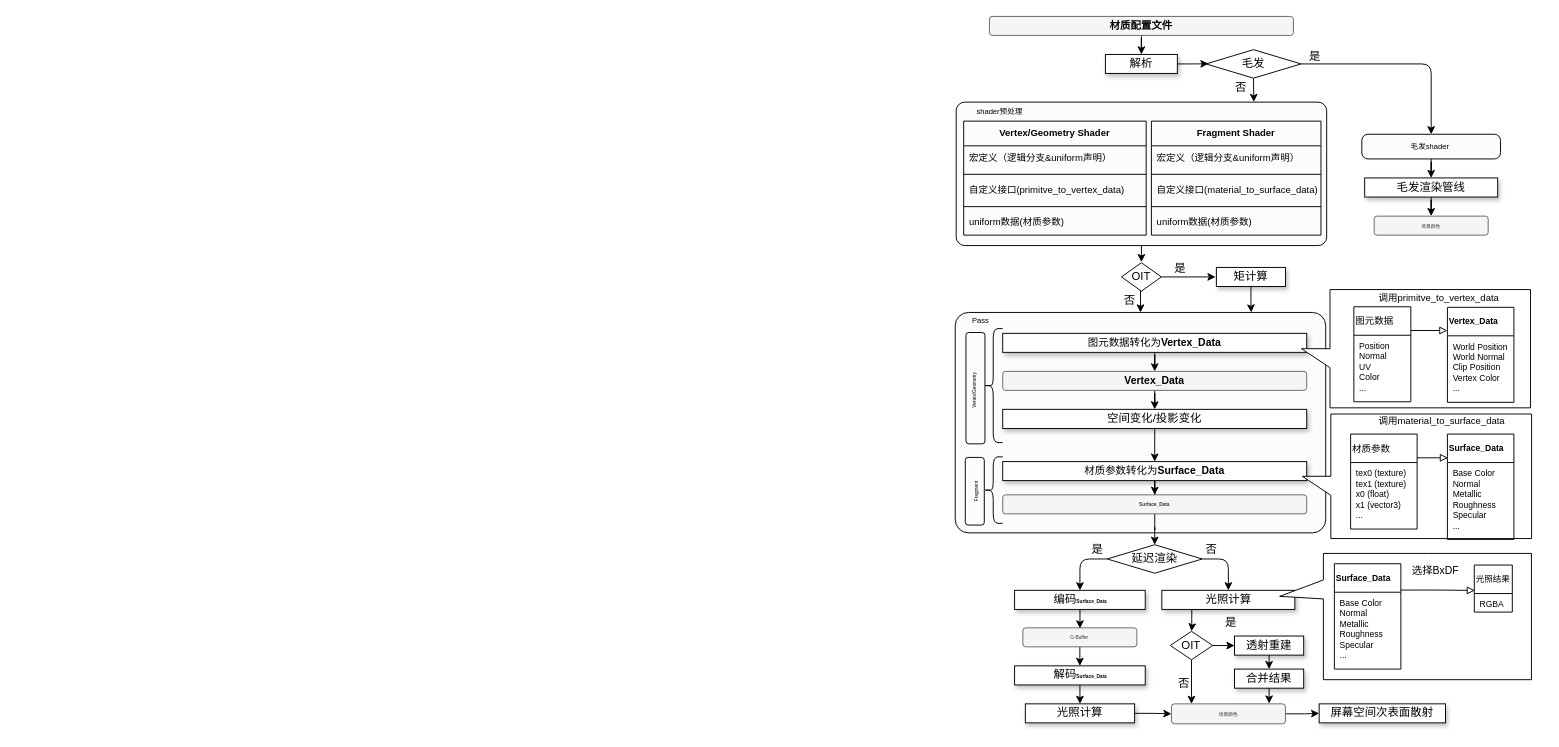
Above: 未命名绘图.drawio in inliab/hello-world (draw.io), before the change. Source tidied: cells renumbered, new cells numbered last; positions are measured from the earlier drawing's top-left corner, leaving out a move shared by most shapes. Both pictures are drawn from the tidied source at 95%, with x=0, y=0 at pixel (913, 16).
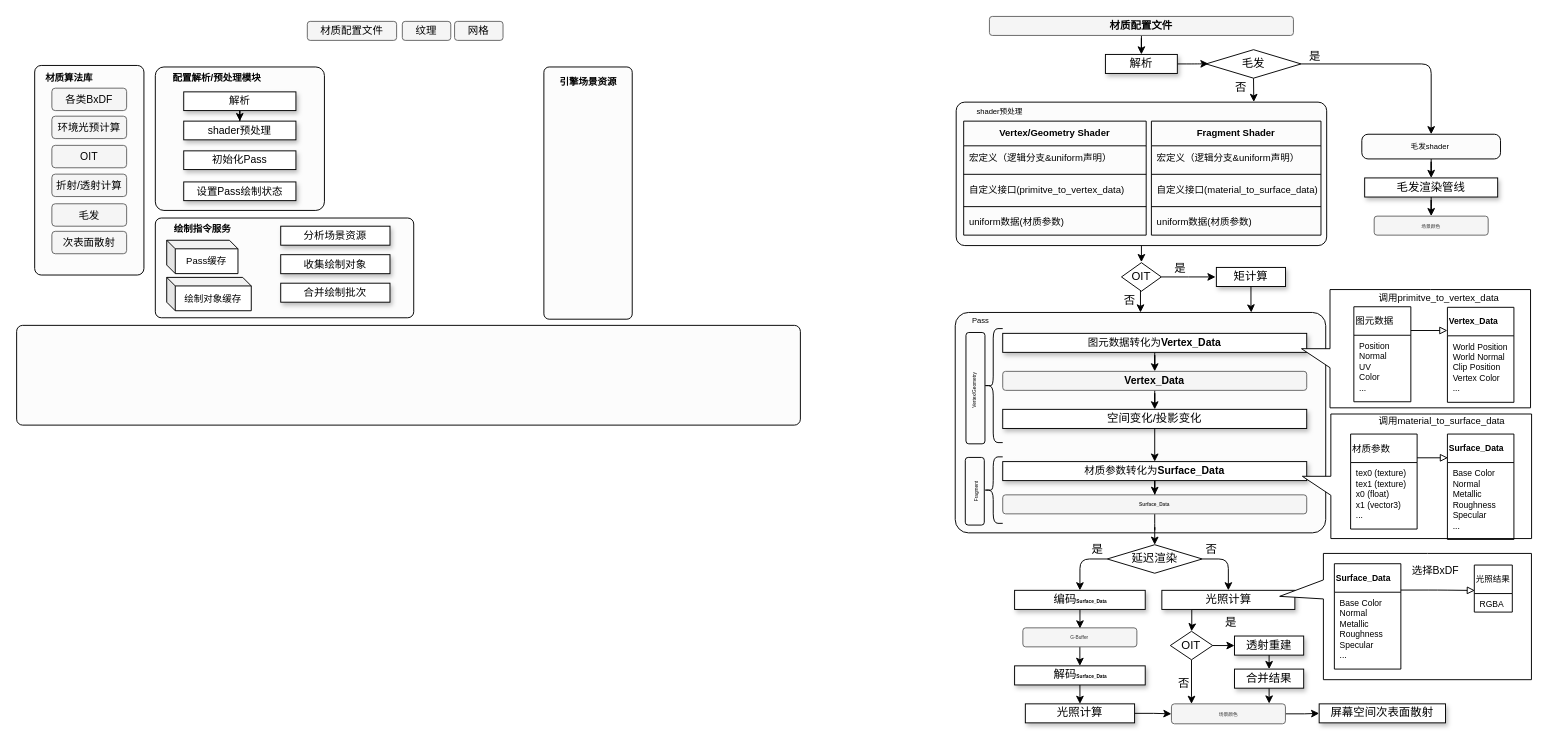
The same diagram, later.

Commit message (it also covers changes not shown here):
更新未命名绘图.drawio

Diff of the diagram source:
```diff
@@
+    <mxCell id="109" value="&lt;span style=&quot;color: rgb(0, 0, 0); font-size: 11px;&quot;&gt;材质配置文件&lt;/span&gt;" style="rounded=1;whiteSpace=wrap;html=1;shadow=0;glass=0;sketch=0;fontSize=5;fillColor=#f5f5f5;fontColor=#333333;strokeColor=#666666;" parent="1" vertex="1">
+      <mxGeometry x="-638" y="5" width="94" height="20" as="geometry" />
+    </mxCell>
+    <mxCell id="110" value="&lt;font color=&quot;#000000&quot;&gt;&lt;span style=&quot;font-size: 11px;&quot;&gt;纹理&lt;/span&gt;&lt;/font&gt;" style="rounded=1;whiteSpace=wrap;html=1;shadow=0;glass=0;sketch=0;fontSize=5;fillColor=#f5f5f5;fontColor=#333333;strokeColor=#666666;" parent="1" vertex="1">
+      <mxGeometry x="-538" y="5" width="51" height="20" as="geometry" />
+    </mxCell>
+    <mxCell id="111" value="&lt;font color=&quot;#000000&quot;&gt;&lt;span style=&quot;font-size: 11px;&quot;&gt;网格&lt;/span&gt;&lt;/font&gt;" style="rounded=1;whiteSpace=wrap;html=1;shadow=0;glass=0;sketch=0;fontSize=5;fillColor=#f5f5f5;fontColor=#333333;strokeColor=#666666;" parent="1" vertex="1">
+      <mxGeometry x="-483" y="5" width="51" height="20" as="geometry" />
+    </mxCell>
+    <mxCell id="112" style="rounded=1;whiteSpace=wrap;html=1;shadow=0;glass=0;sketch=0;fontSize=5;fillColor=#FCFCFC;arcSize=6;" parent="1" vertex="1">
+      <mxGeometry x="-798" y="53" width="178" height="151" as="geometry" />
+    </mxCell>
+    <mxCell id="113" style="edgeStyle=orthogonalEdgeStyle;rounded=0;jettySize=auto;html=1;fontSize=10;" parent="1" edge="1" source="114" target="115">
+      <mxGeometry relative="1" as="geometry" />
+    </mxCell>
+    <mxCell id="114" value="&lt;span style=&quot;font-size: 11px;&quot;&gt;解析&lt;/span&gt;" style="rounded=0;whiteSpace=wrap;html=1;fontSize=12;glass=0;strokeWidth=1;shadow=1;" parent="1" vertex="1">
+      <mxGeometry x="-768.1" y="79.2" width="118.1" height="19.7" as="geometry" />
+    </mxCell>
+    <mxCell id="115" value="&lt;span style=&quot;font-size: 11px;&quot;&gt;shader预处理&lt;/span&gt;" style="rounded=0;whiteSpace=wrap;html=1;fontSize=12;glass=0;strokeWidth=1;shadow=1;" parent="1" vertex="1">
+      <mxGeometry x="-768.1" y="110" width="118.1" height="19.7" as="geometry" />
+    </mxCell>
+    <mxCell id="116" value="&lt;span style=&quot;font-size: 11px;&quot;&gt;设置Pass绘制状态&lt;/span&gt;" style="rounded=0;whiteSpace=wrap;html=1;fontSize=12;glass=0;strokeWidth=1;shadow=1;" parent="1" vertex="1">
+      <mxGeometry x="-768.1" y="174" width="118.1" height="19.7" as="geometry" />
+    </mxCell>
+    <mxCell id="117" style="rounded=1;whiteSpace=wrap;html=1;shadow=0;glass=0;sketch=0;fontSize=5;fillColor=#FCFCFC;arcSize=6;" parent="1" vertex="1">
+      <mxGeometry x="-925" y="51.4" width="115" height="220.6" as="geometry" />
+    </mxCell>
+    <mxCell id="118" value="&lt;span style=&quot;color: rgb(0, 0, 0); font-size: 11px;&quot;&gt;各类BxDF&lt;/span&gt;" style="rounded=1;whiteSpace=wrap;html=1;shadow=0;glass=0;sketch=0;fontSize=5;fillColor=#f5f5f5;fontColor=#333333;strokeColor=#666666;" parent="1" vertex="1">
+      <mxGeometry x="-906.9" y="75.3" width="78.7" height="23.6" as="geometry" />
+    </mxCell>
+    <mxCell id="119" value="&lt;font color=&quot;#000000&quot;&gt;&lt;span style=&quot;font-size: 11px;&quot;&gt;折射/透射计算&lt;/span&gt;&lt;/font&gt;" style="rounded=1;whiteSpace=wrap;html=1;shadow=0;glass=0;sketch=0;fontSize=5;fillColor=#f5f5f5;fontColor=#333333;strokeColor=#666666;" parent="1" vertex="1">
+      <mxGeometry x="-906.9" y="165.8" width="78.7" height="23.6" as="geometry" />
+    </mxCell>
+    <mxCell id="120" value="&lt;span style=&quot;color: rgb(0, 0, 0); font-size: 11px;&quot;&gt;毛发&lt;/span&gt;" style="rounded=1;whiteSpace=wrap;html=1;shadow=0;glass=0;sketch=0;fontSize=5;fillColor=#f5f5f5;fontColor=#333333;strokeColor=#666666;" parent="1" vertex="1">
+      <mxGeometry x="-906.9" y="197" width="78.7" height="23.6" as="geometry" />
+    </mxCell>
+    <mxCell id="121" value="&lt;span style=&quot;color: rgb(0, 0, 0); font-size: 11px;&quot;&gt;OIT&lt;/span&gt;" style="rounded=1;whiteSpace=wrap;html=1;shadow=0;glass=0;sketch=0;fontSize=5;fillColor=#f5f5f5;fontColor=#333333;strokeColor=#666666;" parent="1" vertex="1">
+      <mxGeometry x="-906.9" y="135.5" width="78.7" height="23.6" as="geometry" />
+    </mxCell>
+    <mxCell id="122" value="&lt;span style=&quot;color: rgb(0, 0, 0); font-size: 11px;&quot;&gt;次表面散射&lt;/span&gt;" style="rounded=1;whiteSpace=wrap;html=1;shadow=0;glass=0;sketch=0;fontSize=5;fillColor=#f5f5f5;fontColor=#333333;strokeColor=#666666;" parent="1" vertex="1">
+      <mxGeometry x="-906.9" y="226" width="78.7" height="23.6" as="geometry" />
+    </mxCell>
+    <mxCell id="123" value="&lt;b&gt;材质算法库&lt;/b&gt;" style="text;html=1;strokeColor=none;fillColor=none;align=center;verticalAlign=middle;whiteSpace=wrap;rounded=0;fontSize=10;" parent="1" vertex="1">
+      <mxGeometry x="-925" y="49.3" width="73" height="30" as="geometry" />
+    </mxCell>
+    <mxCell id="124" value="&lt;b&gt;配置解析/预处理模块&lt;/b&gt;" style="text;html=1;strokeColor=none;fillColor=none;align=center;verticalAlign=middle;whiteSpace=wrap;rounded=0;fontSize=10;" parent="1" vertex="1">
+      <mxGeometry x="-795" y="49.3" width="124" height="30" as="geometry" />
+    </mxCell>
+    <mxCell id="125" style="rounded=1;whiteSpace=wrap;html=1;shadow=0;glass=0;sketch=0;fontSize=5;fillColor=#FCFCFC;arcSize=6;" parent="1" vertex="1">
+      <mxGeometry x="-798" y="212" width="272" height="105" as="geometry" />
+    </mxCell>
+    <mxCell id="126" value="&lt;b&gt;绘制指令服务&lt;/b&gt;" style="text;html=1;strokeColor=none;fillColor=none;align=center;verticalAlign=middle;whiteSpace=wrap;rounded=0;fontSize=10;" parent="1" vertex="1">
+      <mxGeometry x="-810.5" y="208" width="124" height="30" as="geometry" />
+    </mxCell>
+    <mxCell id="127" value="Pass缓存" style="shape=cube;whiteSpace=wrap;html=1;boundedLbl=1;backgroundOutline=1;darkOpacity=0.05;darkOpacity2=0.1;fontSize=10;size=9;" parent="1" vertex="1">
+      <mxGeometry x="-786" y="235.4" width="75" height="35.1" as="geometry" />
+    </mxCell>
+    <mxCell id="128" value="&lt;span style=&quot;font-size: 11px;&quot;&gt;初始化Pass&lt;/span&gt;" style="rounded=0;whiteSpace=wrap;html=1;fontSize=12;glass=0;strokeWidth=1;shadow=1;" parent="1" vertex="1">
+      <mxGeometry x="-768.1" y="141.3" width="118.1" height="19.7" as="geometry" />
+    </mxCell>
+    <mxCell id="129" value="&lt;span style=&quot;font-size: 11px;&quot;&gt;分析场景资源&lt;/span&gt;" style="rounded=0;whiteSpace=wrap;html=1;fontSize=12;glass=0;strokeWidth=1;shadow=1;" parent="1" vertex="1">
+      <mxGeometry x="-666" y="220.6" width="115" height="20" as="geometry" />
+    </mxCell>
+    <mxCell id="130" value="&lt;span style=&quot;font-size: 11px;&quot;&gt;收集绘制对象&lt;/span&gt;" style="rounded=0;whiteSpace=wrap;html=1;fontSize=12;glass=0;strokeWidth=1;shadow=1;" parent="1" vertex="1">
+      <mxGeometry x="-666" y="250.6" width="115" height="20" as="geometry" />
+    </mxCell>
+    <mxCell id="131" value="&lt;span style=&quot;font-size: 11px;&quot;&gt;合并绘制批次&lt;/span&gt;" style="rounded=0;whiteSpace=wrap;html=1;fontSize=12;glass=0;strokeWidth=1;shadow=1;" parent="1" vertex="1">
+      <mxGeometry x="-666" y="280.6" width="115" height="20" as="geometry" />
+    </mxCell>
+    <mxCell id="132" style="rounded=1;whiteSpace=wrap;html=1;shadow=0;glass=0;sketch=0;fontSize=5;fillColor=#FCFCFC;arcSize=6;" parent="1" vertex="1">
+      <mxGeometry x="-389" y="53" width="93" height="265.5" as="geometry" />
+    </mxCell>
+    <mxCell id="133" value="&lt;b&gt;引擎场景资源&lt;/b&gt;" style="text;html=1;strokeColor=none;fillColor=none;align=center;verticalAlign=middle;whiteSpace=wrap;rounded=0;fontSize=10;" parent="1" vertex="1">
+      <mxGeometry x="-404.5" y="53" width="124" height="30" as="geometry" />
+    </mxCell>
+    <mxCell id="134" value="&lt;span style=&quot;color: rgb(0, 0, 0); font-size: 11px;&quot;&gt;环境光预计算&lt;/span&gt;" style="rounded=1;whiteSpace=wrap;html=1;shadow=0;glass=0;sketch=0;fontSize=5;fillColor=#f5f5f5;fontColor=#333333;strokeColor=#666666;" parent="1" vertex="1">
+      <mxGeometry x="-906.9" y="104.8" width="78.7" height="23.6" as="geometry" />
+    </mxCell>
+    <mxCell id="135" style="rounded=1;whiteSpace=wrap;html=1;shadow=0;glass=0;sketch=0;fontSize=5;fillColor=#FCFCFC;arcSize=6;" parent="1" vertex="1">
+      <mxGeometry x="-944" y="325" width="825" height="105" as="geometry" />
+    </mxCell>
+    <mxCell id="136" value="绘制对象缓存" style="shape=cube;whiteSpace=wrap;html=1;boundedLbl=1;backgroundOutline=1;darkOpacity=0.05;darkOpacity2=0.1;fontSize=10;size=9;" parent="1" vertex="1">
+      <mxGeometry x="-786" y="274.5" width="89" height="35.1" as="geometry" />
+    </mxCell>
```
